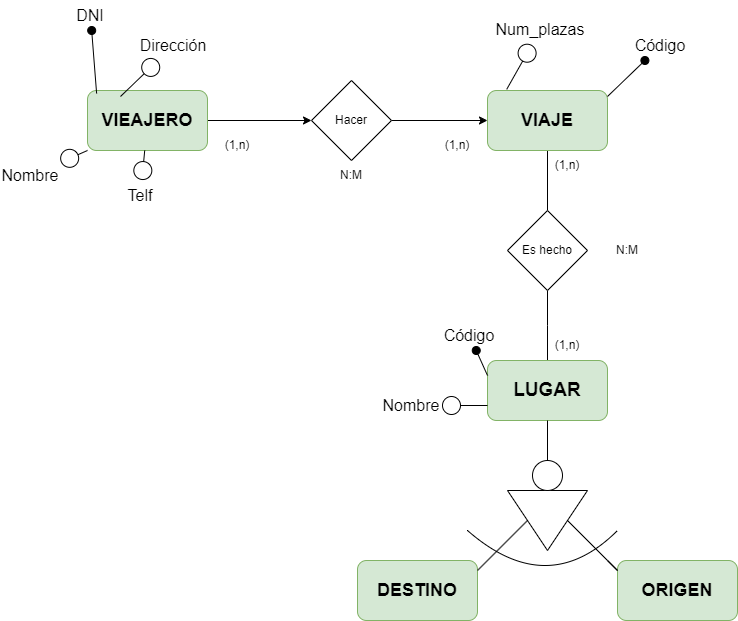
Above: Data Base/Exercise2.drawio.png in Samue45/1-DAM (draw.io), before the change. Source tidied: cells renumbered, new cells last; positions are measured from the earlier drawing's top-left corner, leaving out a move shared by most shapes.
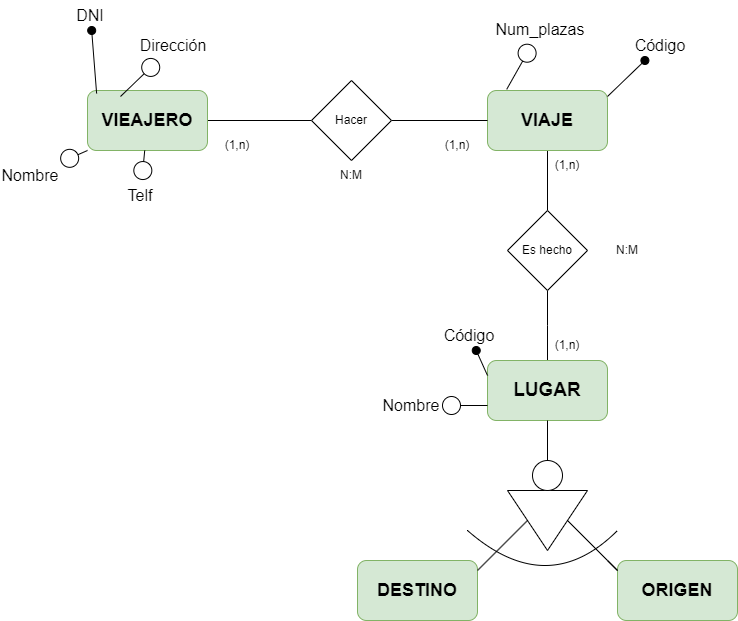
The same diagram one commit later.

Diff of the diagram source:
```diff
@@ -2,7 +2,7 @@
   <root>
     <mxCell id="0" />
     <mxCell id="1" parent="0" />
-    <mxCell id="2" style="edgeStyle=orthogonalEdgeStyle;rounded=0;jettySize=auto;html=1;entryX=0;entryY=0.5;entryDx=0;entryDy=0;" parent="1" edge="1" source="3" target="17">
+    <mxCell id="2" style="edgeStyle=orthogonalEdgeStyle;rounded=0;jettySize=auto;html=1;entryX=0;entryY=0.5;entryDx=0;entryDy=0;endArrow=none;endFill=0;" parent="1" edge="1" source="3" target="17">
       <mxGeometry relative="1" as="geometry" />
     </mxCell>
     <mxCell id="3" value="&lt;b&gt;&lt;font style=&quot;font-size: 18px;&quot;&gt;VIEAJERO&lt;/font&gt;&lt;/b&gt;" style="rounded=1;whiteSpace=wrap;html=1;fillColor=#d5e8d4;strokeColor=#82b366;" parent="1" vertex="1">
@@ -46,7 +46,7 @@
     <mxCell id="15" value="Telf" style="text;html=1;align=center;verticalAlign=middle;whiteSpace=wrap;rounded=0;fontSize=16;" parent="1" vertex="1">
       <mxGeometry x="110" y="180" width="60" height="30" as="geometry" />
     </mxCell>
-    <mxCell id="16" style="edgeStyle=orthogonalEdgeStyle;rounded=0;jettySize=auto;html=1;entryX=0;entryY=0.5;entryDx=0;entryDy=0;" parent="1" edge="1" source="17" target="5">
+    <mxCell id="16" style="edgeStyle=orthogonalEdgeStyle;rounded=0;jettySize=auto;html=1;entryX=0;entryY=0.5;entryDx=0;entryDy=0;endArrow=none;endFill=0;" parent="1" edge="1" source="17" target="5">
       <mxGeometry relative="1" as="geometry" />
     </mxCell>
     <mxCell id="17" value="Hacer" style="rhombus;whiteSpace=wrap;html=1;" parent="1" vertex="1">
```
